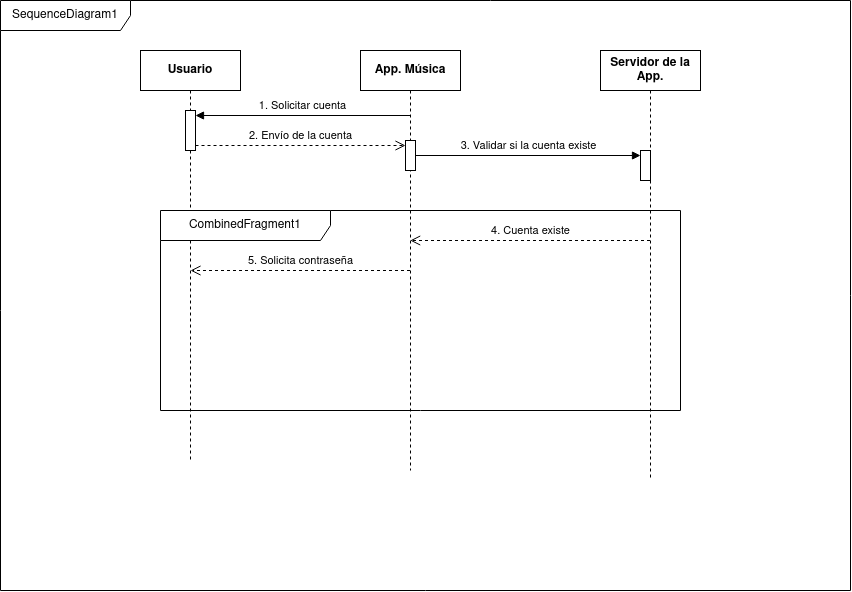
The draw.io diagram diagramas_casos_de_uso/diagrama-secuencia-musica.drawio.png in JesusLugo2002/ETS, before a commit. Source tidied: cells renumbered, new cells last; positions are measured from the earlier drawing's top-left corner, leaving out a move shared by most shapes. The source it was exported from:
```xml
<mxGraphModel>
  <root>
    <mxCell id="0" />
    <mxCell id="1" parent="0" />
    <mxCell id="2" value="Usuario" style="shape=umlLifeline;perimeter=lifelinePerimeter;whiteSpace=wrap;html=1;newEdgeStyle={&quot;curved&quot;:0,&quot;rounded&quot;:0};fontStyle=1;" parent="1" vertex="1">
      <mxGeometry x="140" y="50" width="100" height="410" as="geometry" />
    </mxCell>
    <mxCell id="3" value="App. Música" style="shape=umlLifeline;perimeter=lifelinePerimeter;whiteSpace=wrap;html=1;outlineConnect=0;portConstraint=eastwest;newEdgeStyle={&quot;curved&quot;:0,&quot;rounded&quot;:0};fontStyle=1;" parent="1" vertex="1">
      <mxGeometry x="360" y="50" width="100" height="420" as="geometry" />
    </mxCell>
    <mxCell id="4" style="html=1;points=[[0,0,0,0,5],[0,1,0,0,-5],[1,0,0,0,5],[1,1,0,0,-5]];perimeter=orthogonalPerimeter;outlineConnect=0;targetShapes=umlLifeline;portConstraint=eastwest;newEdgeStyle={&quot;curved&quot;:0,&quot;rounded&quot;:0};" parent="3" vertex="1">
      <mxGeometry x="45" y="90" width="10" height="30" as="geometry" />
    </mxCell>
    <mxCell id="5" value="Servidor de la App." style="shape=umlLifeline;perimeter=lifelinePerimeter;whiteSpace=wrap;html=1;newEdgeStyle={&quot;curved&quot;:0,&quot;rounded&quot;:0};fontStyle=1;" parent="1" vertex="1">
      <mxGeometry x="600" y="50" width="100" height="430" as="geometry" />
    </mxCell>
    <mxCell id="6" style="html=1;points=[[0,0,0,0,5],[0,1,0,0,-5],[1,0,0,0,5],[1,1,0,0,-5]];perimeter=orthogonalPerimeter;outlineConnect=0;targetShapes=umlLifeline;portConstraint=eastwest;newEdgeStyle={&quot;curved&quot;:0,&quot;rounded&quot;:0};" parent="5" vertex="1">
      <mxGeometry x="40" y="100" width="10" height="30" as="geometry" />
    </mxCell>
    <mxCell id="7" style="html=1;points=[[0,0,0,0,5],[0,1,0,0,-5],[1,0,0,0,5],[1,1,0,0,-5]];perimeter=orthogonalPerimeter;outlineConnect=0;targetShapes=umlLifeline;portConstraint=eastwest;newEdgeStyle={&quot;curved&quot;:0,&quot;rounded&quot;:0};" parent="1" vertex="1">
      <mxGeometry x="185" y="110" width="10" height="40" as="geometry" />
    </mxCell>
    <mxCell id="8" value="1. Solicitar cuenta" style="html=1;verticalAlign=bottom;endArrow=block;curved=0;rounded=0;entryX=1;entryY=0;entryDx=0;entryDy=5;entryPerimeter=0;" parent="1" edge="1" source="3" target="7">
      <mxGeometry relative="1" as="geometry" />
    </mxCell>
    <mxCell id="9" value="2. Envío de la cuenta" style="html=1;verticalAlign=bottom;endArrow=open;dashed=1;endSize=8;curved=0;rounded=0;exitX=1;exitY=1;exitDx=0;exitDy=-5;exitPerimeter=0;entryX=0;entryY=0;entryDx=0;entryDy=5;entryPerimeter=0;" parent="1" edge="1" source="7" target="4">
      <mxGeometry relative="1" as="geometry" />
    </mxCell>
    <mxCell id="10" value="3. Validar si la cuenta existe" style="html=1;verticalAlign=bottom;startArrow=none;endArrow=block;startSize=8;curved=0;rounded=0;entryX=0;entryY=0;entryDx=0;entryDy=5;startFill=0;" parent="1" edge="1" source="4" target="6">
      <mxGeometry relative="1" as="geometry" />
    </mxCell>
    <mxCell id="11" value="SequenceDiagram1" style="shape=umlFrame;whiteSpace=wrap;html=1;width=130;height=30;" parent="1" vertex="1">
      <mxGeometry width="850" height="590" as="geometry" />
    </mxCell>
    <mxCell id="12" value="CombinedFragment1" style="shape=umlFrame;whiteSpace=wrap;html=1;width=170;height=30;" parent="1" vertex="1">
      <mxGeometry x="160" y="210" width="520" height="200" as="geometry" />
    </mxCell>
    <mxCell id="13" value="4. Cuenta existe" style="html=1;verticalAlign=bottom;endArrow=open;dashed=1;endSize=8;curved=0;rounded=0;" parent="1" edge="1">
      <mxGeometry relative="1" as="geometry">
        <mxPoint x="649.5" y="240" as="sourcePoint" />
        <mxPoint x="409.7" y="240" as="targetPoint" />
      </mxGeometry>
    </mxCell>
    <mxCell id="14" value="5. Solicita contraseña" style="html=1;verticalAlign=bottom;endArrow=open;dashed=1;endSize=8;curved=0;rounded=0;" parent="1" edge="1" source="3">
      <mxGeometry relative="1" as="geometry">
        <mxPoint x="190" y="270" as="targetPoint" />
      </mxGeometry>
    </mxCell>
  </root>
</mxGraphModel>
```
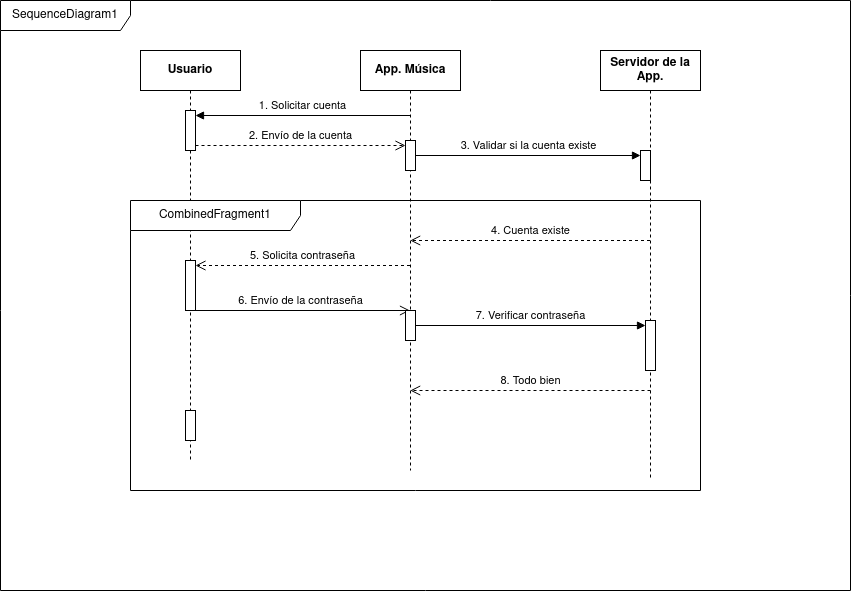
Above is the later version.

Change to the diagram source:
```diff
@@ -17,6 +17,9 @@
     <mxCell id="6" style="html=1;points=[[0,0,0,0,5],[0,1,0,0,-5],[1,0,0,0,5],[1,1,0,0,-5]];perimeter=orthogonalPerimeter;outlineConnect=0;targetShapes=umlLifeline;portConstraint=eastwest;newEdgeStyle={&quot;curved&quot;:0,&quot;rounded&quot;:0};" parent="5" vertex="1">
       <mxGeometry x="40" y="100" width="10" height="30" as="geometry" />
     </mxCell>
+    <mxCell id="15" style="html=1;points=[[0,0,0,0,5],[0,1,0,0,-5],[1,0,0,0,5],[1,1,0,0,-5]];perimeter=orthogonalPerimeter;outlineConnect=0;targetShapes=umlLifeline;portConstraint=eastwest;newEdgeStyle={&quot;curved&quot;:0,&quot;rounded&quot;:0};" parent="5" vertex="1">
+      <mxGeometry x="45" y="270" width="10" height="50" as="geometry" />
+    </mxCell>
     <mxCell id="7" style="html=1;points=[[0,0,0,0,5],[0,1,0,0,-5],[1,0,0,0,5],[1,1,0,0,-5]];perimeter=orthogonalPerimeter;outlineConnect=0;targetShapes=umlLifeline;portConstraint=eastwest;newEdgeStyle={&quot;curved&quot;:0,&quot;rounded&quot;:0};" parent="1" vertex="1">
       <mxGeometry x="185" y="110" width="10" height="40" as="geometry" />
     </mxCell>
@@ -33,7 +36,7 @@
       <mxGeometry width="850" height="590" as="geometry" />
     </mxCell>
     <mxCell id="12" value="CombinedFragment1" style="shape=umlFrame;whiteSpace=wrap;html=1;width=170;height=30;" parent="1" vertex="1">
-      <mxGeometry x="160" y="210" width="520" height="200" as="geometry" />
+      <mxGeometry x="130" y="200" width="570" height="290" as="geometry" />
     </mxCell>
     <mxCell id="13" value="4. Cuenta existe" style="html=1;verticalAlign=bottom;endArrow=open;dashed=1;endSize=8;curved=0;rounded=0;" parent="1" edge="1">
       <mxGeometry relative="1" as="geometry">
@@ -41,10 +44,30 @@
         <mxPoint x="409.7" y="240" as="targetPoint" />
       </mxGeometry>
     </mxCell>
-    <mxCell id="14" value="5. Solicita contraseña" style="html=1;verticalAlign=bottom;endArrow=open;dashed=1;endSize=8;curved=0;rounded=0;" parent="1" edge="1" source="3">
-      <mxGeometry relative="1" as="geometry">
-        <mxPoint x="190" y="270" as="targetPoint" />
-      </mxGeometry>
+    <mxCell id="14" value="5. Solicita contraseña" style="html=1;verticalAlign=bottom;endArrow=open;dashed=1;endSize=8;curved=0;rounded=0;entryX=1;entryY=0;entryDx=0;entryDy=5;entryPerimeter=0;" parent="1" edge="1" source="3" target="21">
+      <mxGeometry relative="1" as="geometry" />
     </mxCell>
+    <mxCell id="16" value="6. Envío de la contraseña" style="html=1;verticalAlign=bottom;endArrow=open;endSize=8;curved=0;rounded=0;" parent="1" edge="1" target="3">
+      <mxGeometry relative="1" as="geometry">
+        <mxPoint x="190" y="310" as="sourcePoint" />
+      </mxGeometry>
+    </mxCell>
+    <mxCell id="17" style="html=1;points=[[0,0,0,0,5],[0,1,0,0,-5],[1,0,0,0,5],[1,1,0,0,-5]];perimeter=orthogonalPerimeter;outlineConnect=0;targetShapes=umlLifeline;portConstraint=eastwest;newEdgeStyle={&quot;curved&quot;:0,&quot;rounded&quot;:0};" parent="1" vertex="1">
+      <mxGeometry x="405" y="310" width="10" height="30" as="geometry" />
+    </mxCell>
+    <mxCell id="18" value="7. Verificar contraseña" style="html=1;verticalAlign=bottom;endArrow=block;curved=0;rounded=0;entryX=0;entryY=0;entryDx=0;entryDy=5;entryPerimeter=0;" parent="1" edge="1" source="17" target="15">
+      <mxGeometry relative="1" as="geometry" />
+    </mxCell>
+    <mxCell id="19" value="8. Todo bien" style="html=1;verticalAlign=bottom;endArrow=open;dashed=1;endSize=8;curved=0;rounded=0;" parent="1" edge="1" target="3">
+      <mxGeometry relative="1" as="geometry">
+        <mxPoint x="650" y="390" as="sourcePoint" />
+      </mxGeometry>
+    </mxCell>
+    <mxCell id="20" style="html=1;perimeter=orthogonalPerimeter;targetShapes=umlLifeline;newEdgeStyle={&quot;curved&quot;:0,&quot;rounded&quot;:0};" parent="1" vertex="1">
+      <mxGeometry x="185" y="410" width="10" height="30" as="geometry" />
+    </mxCell>
+    <mxCell id="21" style="html=1;points=[[0,0,0,0,5],[0,1,0,0,-5],[1,0,0,0,5],[1,1,0,0,-5]];perimeter=orthogonalPerimeter;outlineConnect=0;targetShapes=umlLifeline;portConstraint=eastwest;newEdgeStyle={&quot;curved&quot;:0,&quot;rounded&quot;:0};" parent="1" vertex="1">
+      <mxGeometry x="185" y="260" width="10" height="50" as="geometry" />
+    </mxCell>
   </root>
 </mxGraphModel>
```
